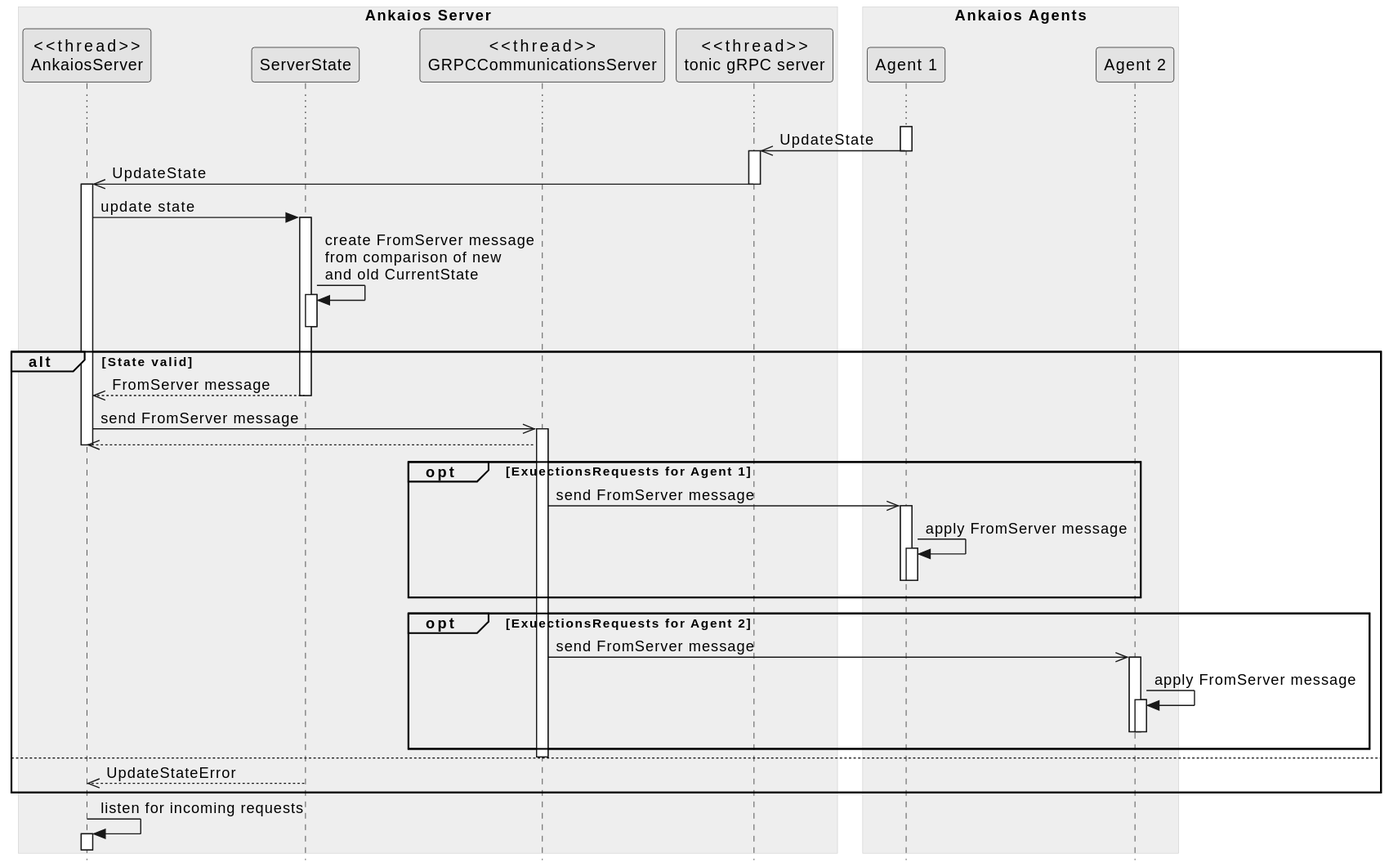
Earlier version of the PlantUML export server/doc/swdesign/plantuml/seq_update_state.svg (eclipse-ankaios/ankaios).
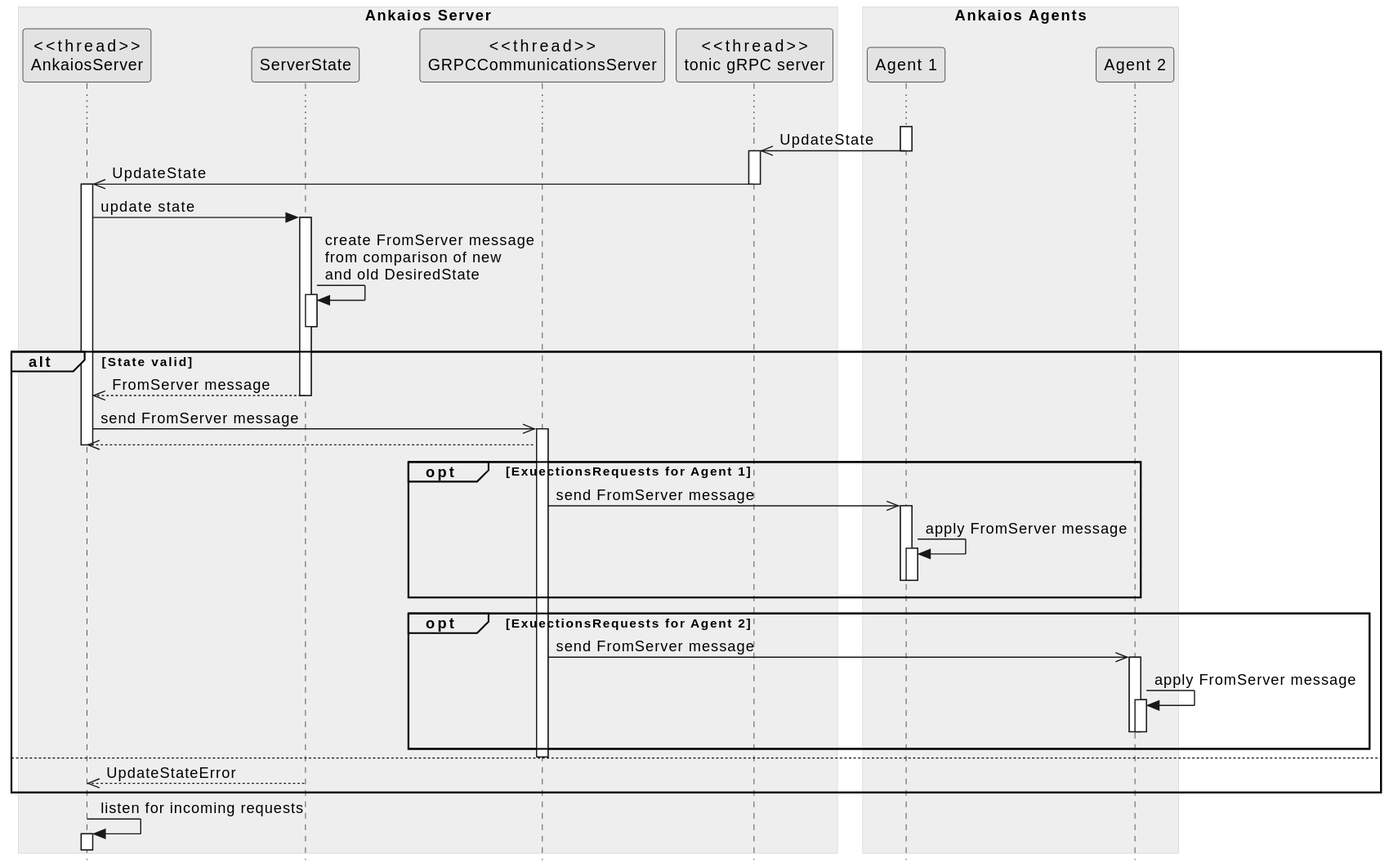
Later version of the same file.

Change to the diagram source:
```diff
@@ -19,7 +19,7 @@
 agent1 ->> tonic_server--++: UpdateState
 tonic_server ->> server--++: UpdateState
 server -> server_state++: update state
-server_state -> server_state++--: create FromServer message\nfrom comparison of new\nand old CurrentState
+server_state -> server_state++--: create FromServer message\nfrom comparison of new\nand old DesiredState
 alt State valid
 server_state -->> server--: FromServer message
 server ->> grpc_server++: send FromServer message
```
